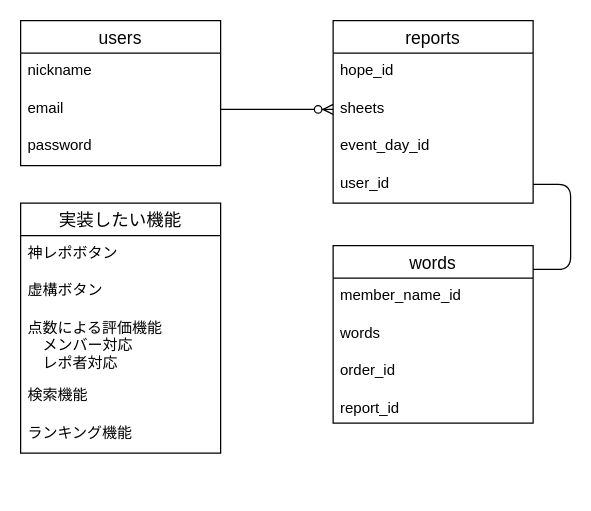
This is handshare.dio from koyama1058/handshare, a draw.io file, before an edit. Source tidied: cells renumbered, new cells numbered last; positions are measured from the earlier drawing's top-left corner, leaving out a move shared by most shapes. Both pictures are drawn from the tidied source at 125%, with x=0, y=0 at pixel (20, 20).
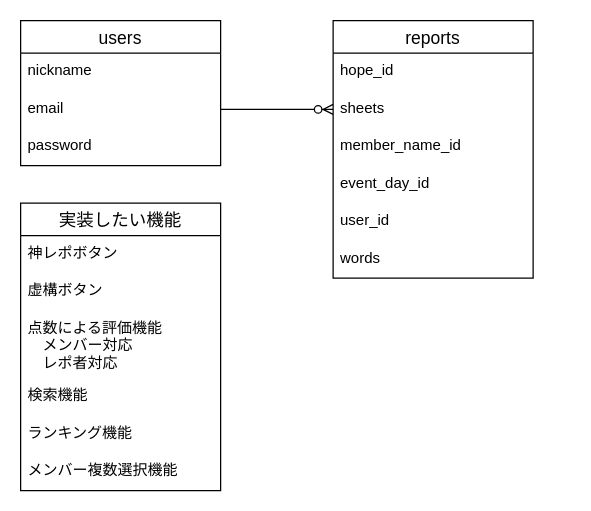
The same diagram, later.

Change to the diagram source:
```diff
@@
     <mxCell id="2" value="reports" style="swimlane;fontStyle=0;horizontal=1;startSize=26;align=center;fontSize=14;" parent="1" vertex="1">
-      <mxGeometry x="250" width="160" height="146" as="geometry" />
+      <mxGeometry x="250" width="160" height="206" as="geometry" />
     </mxCell>
@@
+    <mxCell id="10" value="member_name_id" style="text;strokeColor=none;fillColor=none;spacingLeft=4;spacingRight=4;overflow=hidden;fontSize=12;" parent="2" vertex="1">
+      <mxGeometry y="86" width="160" height="30" as="geometry" />
+    </mxCell>
     <mxCell id="5" value="event_day_id" style="text;strokeColor=none;fillColor=none;spacingLeft=4;spacingRight=4;overflow=hidden;fontSize=12;" parent="2" vertex="1">
-      <mxGeometry y="86" width="160" height="30" as="geometry" />
+      <mxGeometry y="116" width="160" height="30" as="geometry" />
     </mxCell>
     <mxCell id="6" value="user_id" style="text;strokeColor=none;fillColor=none;spacingLeft=4;spacingRight=4;overflow=hidden;points=[[0,0.5],[1,0.5]];portConstraint=eastwest;fontSize=12;" parent="2" vertex="1">
-      <mxGeometry y="116" width="160" height="30" as="geometry" />
+      <mxGeometry y="146" width="160" height="30" as="geometry" />
     </mxCell>
-    <mxCell id="7" style="edgeStyle=entityRelationEdgeStyle;fontSize=12;html=1;endArrow=ERzeroToMany;endFill=1;entryX=0;entryY=0.134;entryDx=0;entryDy=0;entryPerimeter=0;" parent="1" edge="1" source="6" target="9">
-      <mxGeometry relative="1" as="geometry" />
-    </mxCell>
+    <mxCell id="11" value="words" style="text;strokeColor=none;fillColor=none;spacingLeft=4;spacingRight=4;overflow=hidden;fontSize=12;" parent="2" vertex="1">
+      <mxGeometry y="176" width="160" height="30" as="geometry" />
+    </mxCell>
@@
-    <mxCell id="9" value="words" style="swimlane;fontStyle=0;horizontal=1;startSize=26;align=center;fontSize=14;" parent="1" vertex="1">
-      <mxGeometry x="250" y="180" width="160" height="142" as="geometry" />
-    </mxCell>
-    <mxCell id="10" value="member_name_id" style="text;strokeColor=none;fillColor=none;spacingLeft=4;spacingRight=4;overflow=hidden;fontSize=12;" parent="9" vertex="1">
-      <mxGeometry y="26" width="160" height="30" as="geometry" />
-    </mxCell>
-    <mxCell id="11" value="words" style="text;strokeColor=none;fillColor=none;spacingLeft=4;spacingRight=4;overflow=hidden;fontSize=12;" parent="9" vertex="1">
-      <mxGeometry y="56" width="160" height="30" as="geometry" />
-    </mxCell>
-    <mxCell id="12" value="order_id&#10;" style="text;strokeColor=none;fillColor=none;spacingLeft=4;spacingRight=4;overflow=hidden;fontSize=12;" parent="9" vertex="1">
-      <mxGeometry y="86" width="160" height="30" as="geometry" />
-    </mxCell>
-    <mxCell id="13" value="report_id" style="text;strokeColor=none;fillColor=none;spacingLeft=4;spacingRight=4;overflow=hidden;fontSize=12;" parent="9" vertex="1">
-      <mxGeometry y="116" width="160" height="26" as="geometry" />
-    </mxCell>
@@
     <mxCell id="18" value="実装したい機能" style="swimlane;fontStyle=0;horizontal=1;startSize=26;align=center;fontSize=14;" parent="1" vertex="1">
-      <mxGeometry y="146" width="160" height="200" as="geometry" />
+      <mxGeometry y="146" width="160" height="230" as="geometry" />
     </mxCell>
@@
+    <mxCell id="24" value="ランキング機能&#10;" style="text;strokeColor=none;fillColor=none;spacingLeft=4;spacingRight=4;overflow=hidden;fontSize=12;" parent="18" vertex="1">
+      <mxGeometry y="170" width="160" height="30" as="geometry" />
+    </mxCell>
-    <mxCell id="23" value="ランキング機能" style="text;strokeColor=none;fillColor=none;spacingLeft=4;spacingRight=4;overflow=hidden;fontSize=12;" parent="18" vertex="1">
-      <mxGeometry y="170" width="160" height="30" as="geometry" />
+    <mxCell id="23" value="メンバー複数選択機能" style="text;strokeColor=none;fillColor=none;spacingLeft=4;spacingRight=4;overflow=hidden;fontSize=12;" parent="18" vertex="1">
+      <mxGeometry y="200" width="160" height="30" as="geometry" />
     </mxCell>
```
